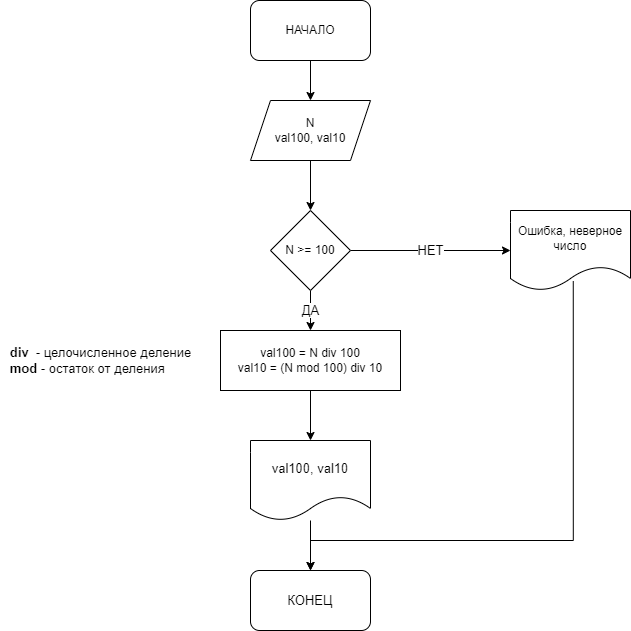
The draw.io diagram Algorytm/Lesson_03/Addon_task/Task_02/L3.Addon.task2.drawio.png in jokerjam-s/GeekBrainst, before a commit. Source tidied: cells renumbered, new cells last; positions are measured from the earlier drawing's top-left corner, leaving out a move shared by most shapes. Its diagram source:
```xml
<mxGraphModel>
  <root>
    <mxCell id="0" />
    <mxCell id="1" parent="0" />
    <mxCell id="2" style="edgeStyle=orthogonalEdgeStyle;rounded=0;jettySize=auto;html=1;exitX=0.5;exitY=1;exitDx=0;exitDy=0;entryX=0.5;entryY=0;entryDx=0;entryDy=0;fontSize=13;" parent="1" edge="1" source="3" target="5">
      <mxGeometry relative="1" as="geometry" />
    </mxCell>
    <mxCell id="3" value="НАЧАЛО" style="rounded=1;whiteSpace=wrap;html=1;" parent="1" vertex="1">
      <mxGeometry x="250" width="120" height="60" as="geometry" />
    </mxCell>
    <mxCell id="4" style="edgeStyle=orthogonalEdgeStyle;rounded=0;jettySize=auto;html=1;exitX=0.5;exitY=1;exitDx=0;exitDy=0;entryX=0.5;entryY=0;entryDx=0;entryDy=0;fontSize=13;" parent="1" edge="1" source="5" target="8">
      <mxGeometry relative="1" as="geometry" />
    </mxCell>
    <mxCell id="5" value="N&lt;br&gt;val100, val10" style="shape=parallelogram;perimeter=parallelogramPerimeter;whiteSpace=wrap;html=1;fixedSize=1;" parent="1" vertex="1">
      <mxGeometry x="250" y="100" width="120" height="60" as="geometry" />
    </mxCell>
    <mxCell id="6" value="НЕТ" style="edgeStyle=orthogonalEdgeStyle;rounded=0;jettySize=auto;html=1;exitX=1;exitY=0.5;exitDx=0;exitDy=0;entryX=0;entryY=0.5;entryDx=0;entryDy=0;fontSize=13;" parent="1" edge="1" source="8" target="9">
      <mxGeometry relative="1" as="geometry" />
    </mxCell>
    <mxCell id="7" value="ДА" style="edgeStyle=orthogonalEdgeStyle;rounded=0;jettySize=auto;html=1;exitX=0.5;exitY=1;exitDx=0;exitDy=0;entryX=0.5;entryY=0;entryDx=0;entryDy=0;fontSize=13;" parent="1" edge="1" source="8" target="11">
      <mxGeometry relative="1" as="geometry" />
    </mxCell>
    <mxCell id="8" value="N &amp;gt;= 100" style="rhombus;whiteSpace=wrap;html=1;" parent="1" vertex="1">
      <mxGeometry x="270" y="210" width="80" height="80" as="geometry" />
    </mxCell>
    <mxCell id="9" value="Ошибка, неверное число" style="shape=document;whiteSpace=wrap;html=1;boundedLbl=1;" parent="1" vertex="1">
      <mxGeometry x="510" y="210" width="120" height="80" as="geometry" />
    </mxCell>
    <mxCell id="10" style="edgeStyle=orthogonalEdgeStyle;rounded=0;jettySize=auto;html=1;exitX=0.5;exitY=1;exitDx=0;exitDy=0;entryX=0.5;entryY=0;entryDx=0;entryDy=0;fontSize=13;" parent="1" edge="1" source="11" target="15">
      <mxGeometry relative="1" as="geometry" />
    </mxCell>
    <mxCell id="11" value="val100 = N div 100&lt;br&gt;val10 = (N mod 100) div 10" style="rounded=0;whiteSpace=wrap;html=1;" parent="1" vertex="1">
      <mxGeometry x="220" y="330" width="180" height="60" as="geometry" />
    </mxCell>
    <mxCell id="12" value="&lt;b style=&quot;font-size: 13px;&quot;&gt;div&lt;/b&gt;&amp;nbsp; - целочисленное деление&lt;br style=&quot;font-size: 13px;&quot;&gt;&lt;div style=&quot;text-align: left; font-size: 13px;&quot;&gt;&lt;span style=&quot;font-size: 13px;&quot;&gt;&lt;b style=&quot;font-size: 13px;&quot;&gt;mod&lt;/b&gt; - остаток от деления&lt;/span&gt;&lt;/div&gt;" style="text;html=1;align=center;verticalAlign=middle;fillColor=none;strokeColor=none;rounded=0;fontSize=13;" parent="1" vertex="1">
      <mxGeometry y="340" width="200" height="40" as="geometry" />
    </mxCell>
    <mxCell id="13" style="edgeStyle=orthogonalEdgeStyle;rounded=0;jettySize=auto;html=1;entryX=0.5;entryY=0;entryDx=0;entryDy=0;fontSize=13;exitX=0.523;exitY=0.882;exitDx=0;exitDy=0;exitPerimeter=0;" parent="1" edge="1" source="9" target="16">
      <mxGeometry relative="1" as="geometry">
        <Array as="points">
          <mxPoint x="573" y="540" />
          <mxPoint x="310" y="540" />
        </Array>
      </mxGeometry>
    </mxCell>
    <mxCell id="14" style="edgeStyle=orthogonalEdgeStyle;rounded=0;jettySize=auto;html=1;entryX=0.5;entryY=0;entryDx=0;entryDy=0;fontSize=13;" parent="1" edge="1" source="15" target="16">
      <mxGeometry relative="1" as="geometry" />
    </mxCell>
    <mxCell id="15" value="val100, val10" style="shape=document;whiteSpace=wrap;html=1;boundedLbl=1;fontSize=13;" parent="1" vertex="1">
      <mxGeometry x="250" y="440" width="120" height="80" as="geometry" />
    </mxCell>
    <mxCell id="16" value="КОНЕЦ" style="rounded=1;whiteSpace=wrap;html=1;fontSize=13;" parent="1" vertex="1">
      <mxGeometry x="250" y="570" width="120" height="60" as="geometry" />
    </mxCell>
  </root>
</mxGraphModel>
```
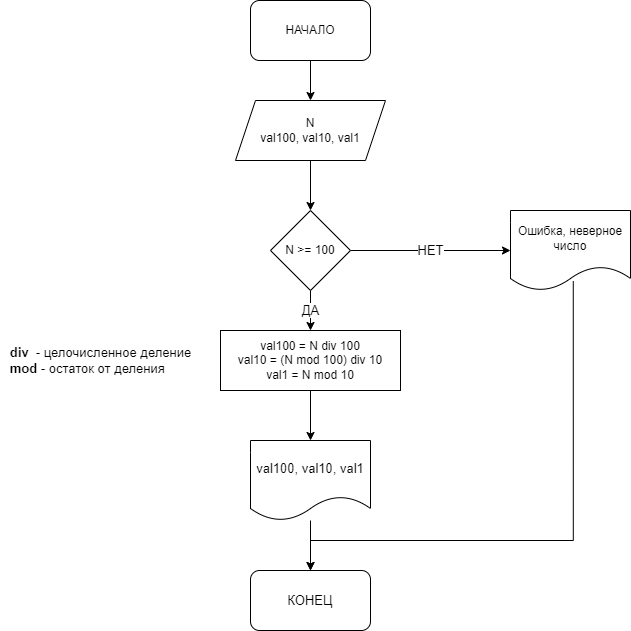
Above is the later version.

The edit, as a diff of the source:
```diff
@@ -11,8 +11,8 @@
     <mxCell id="4" style="edgeStyle=orthogonalEdgeStyle;rounded=0;jettySize=auto;html=1;exitX=0.5;exitY=1;exitDx=0;exitDy=0;entryX=0.5;entryY=0;entryDx=0;entryDy=0;fontSize=13;" parent="1" edge="1" source="5" target="8">
       <mxGeometry relative="1" as="geometry" />
     </mxCell>
-    <mxCell id="5" value="N&lt;br&gt;val100, val10" style="shape=parallelogram;perimeter=parallelogramPerimeter;whiteSpace=wrap;html=1;fixedSize=1;" parent="1" vertex="1">
-      <mxGeometry x="250" y="100" width="120" height="60" as="geometry" />
+    <mxCell id="5" value="N&lt;br&gt;val100, val10, val1" style="shape=parallelogram;perimeter=parallelogramPerimeter;whiteSpace=wrap;html=1;fixedSize=1;" parent="1" vertex="1">
+      <mxGeometry x="235" y="100" width="150" height="60" as="geometry" />
     </mxCell>
     <mxCell id="6" value="НЕТ" style="edgeStyle=orthogonalEdgeStyle;rounded=0;jettySize=auto;html=1;exitX=1;exitY=0.5;exitDx=0;exitDy=0;entryX=0;entryY=0.5;entryDx=0;entryDy=0;fontSize=13;" parent="1" edge="1" source="8" target="9">
       <mxGeometry relative="1" as="geometry" />
@@ -29,7 +29,7 @@
     <mxCell id="10" style="edgeStyle=orthogonalEdgeStyle;rounded=0;jettySize=auto;html=1;exitX=0.5;exitY=1;exitDx=0;exitDy=0;entryX=0.5;entryY=0;entryDx=0;entryDy=0;fontSize=13;" parent="1" edge="1" source="11" target="15">
       <mxGeometry relative="1" as="geometry" />
     </mxCell>
-    <mxCell id="11" value="val100 = N div 100&lt;br&gt;val10 = (N mod 100) div 10" style="rounded=0;whiteSpace=wrap;html=1;" parent="1" vertex="1">
+    <mxCell id="11" value="val100 = N div 100&lt;br&gt;val10 = (N mod 100) div 10&lt;br&gt;val1 = N mod 10" style="rounded=0;whiteSpace=wrap;html=1;" parent="1" vertex="1">
       <mxGeometry x="220" y="330" width="180" height="60" as="geometry" />
     </mxCell>
     <mxCell id="12" value="&lt;b style=&quot;font-size: 13px;&quot;&gt;div&lt;/b&gt;&amp;nbsp; - целочисленное деление&lt;br style=&quot;font-size: 13px;&quot;&gt;&lt;div style=&quot;text-align: left; font-size: 13px;&quot;&gt;&lt;span style=&quot;font-size: 13px;&quot;&gt;&lt;b style=&quot;font-size: 13px;&quot;&gt;mod&lt;/b&gt; - остаток от деления&lt;/span&gt;&lt;/div&gt;" style="text;html=1;align=center;verticalAlign=middle;fillColor=none;strokeColor=none;rounded=0;fontSize=13;" parent="1" vertex="1">
@@ -46,7 +46,7 @@
     <mxCell id="14" style="edgeStyle=orthogonalEdgeStyle;rounded=0;jettySize=auto;html=1;entryX=0.5;entryY=0;entryDx=0;entryDy=0;fontSize=13;" parent="1" edge="1" source="15" target="16">
       <mxGeometry relative="1" as="geometry" />
     </mxCell>
-    <mxCell id="15" value="val100, val10" style="shape=document;whiteSpace=wrap;html=1;boundedLbl=1;fontSize=13;" parent="1" vertex="1">
+    <mxCell id="15" value="val100, val10, val1" style="shape=document;whiteSpace=wrap;html=1;boundedLbl=1;fontSize=13;" parent="1" vertex="1">
       <mxGeometry x="250" y="440" width="120" height="80" as="geometry" />
     </mxCell>
     <mxCell id="16" value="КОНЕЦ" style="rounded=1;whiteSpace=wrap;html=1;fontSize=13;" parent="1" vertex="1">
```
